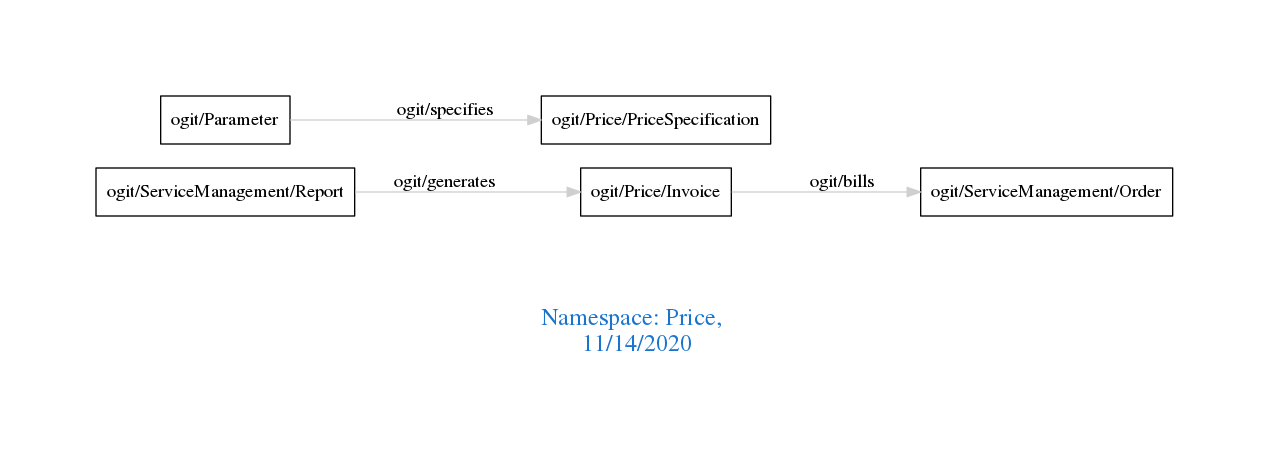
Above: downloads/Price.png in arago/OGIT (Graphviz), before the change. Its source is kept beside it as downloads/Price.dot.
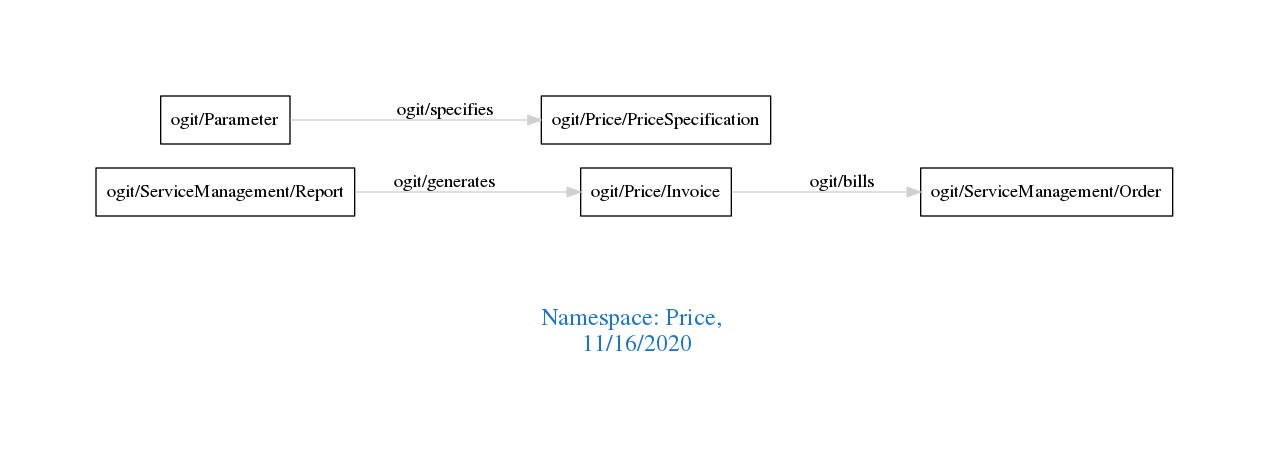
The same file after the commit.

Diff of the diagram source:
```diff
@@ -1,7 +1,7 @@
 digraph OGIT_ontology {
  graph [ rankdir= LR,pad=1
 fontsize = 18,
-fontcolor= dodgerblue3,label = "\n\n\nNamespace: Price, \n 11/14/2020"];
+fontcolor= dodgerblue3,label = "\n\n\nNamespace: Price, \n 11/16/2020"];
 node[shape=polygon];
 edge [  color="gray81"];
 
```
